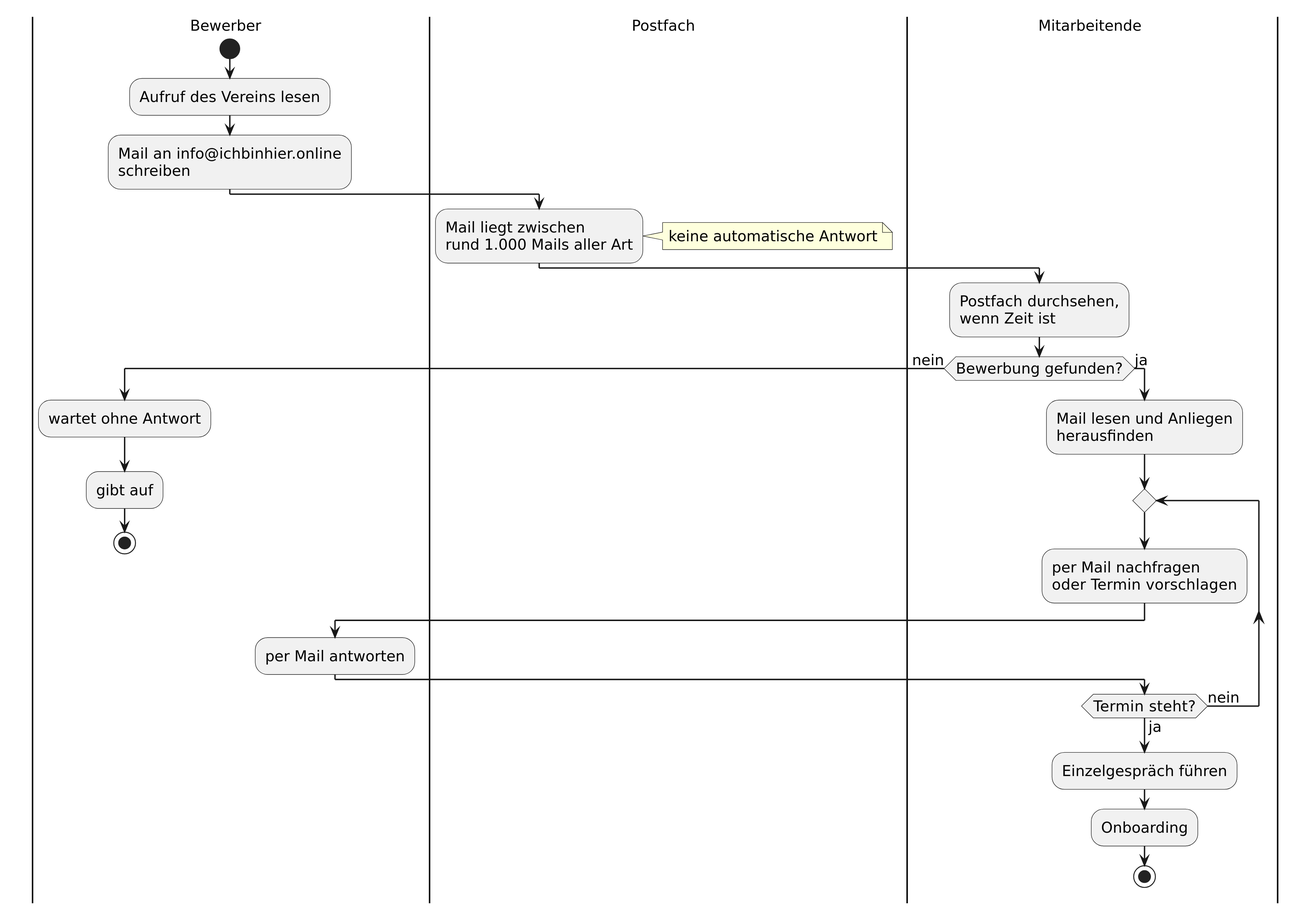
kamalshekho/design-thinking-workshop keeps this PlantUML diagram as docs/diagrams/ist-process.svg. Above is the earlier version. Source of this version:
```plantuml
@startuml
skinparamlocked dpi 200

skinparam defaultFontName "DejaVu Sans"
skinparam defaultFontSize 15
skinparam shadowing false
skinparam ArrowThickness 1.4
skinparam swimlaneWidth same

|Bewerber|
start
:Aufruf des Vereins lesen;
:Mail an info@ichbinhier.online
schreiben;

|Postfach|
:Mail liegt zwischen
rund 1.000 Mails aller Art;
note right
  keine automatische Antwort
end note

|Mitarbeitende|
:Postfach durchsehen,
wenn Zeit ist;
if (Bewerbung gefunden?) then (nein)
  |Bewerber|
  :wartet ohne Antwort;
  :gibt auf;
  stop
else (ja)
  |Mitarbeitende|
  :Mail lesen und Anliegen
  herausfinden;
  repeat
    :per Mail nachfragen
    oder Termin vorschlagen;
    |Bewerber|
    :per Mail antworten;
    |Mitarbeitende|
  repeat while (Termin steht?) is (nein) not (ja)
  :Einzelgespräch führen;
  :Onboarding;
  stop
endif
@enduml
```
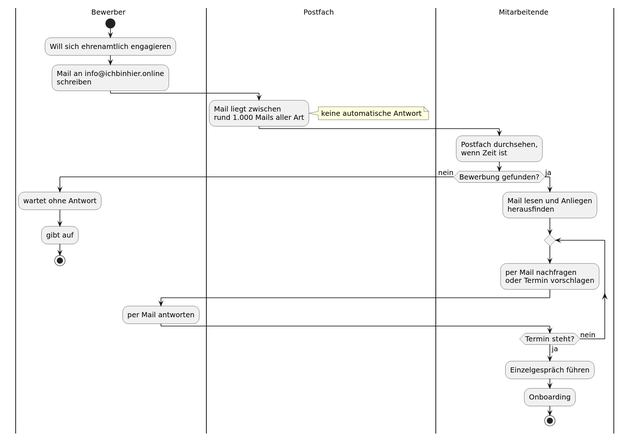
The same diagram one commit later.

Commit message:
docs(process): start the current process with the wish to volunteer

Change to the diagram source:
```diff
@@ -1,5 +1,4 @@
 @startuml
-skinparamlocked dpi 200
 
 skinparam defaultFontName "DejaVu Sans"
 skinparam defaultFontSize 15
@@ -9,7 +8,7 @@
 
 |Bewerber|
 start
-:Aufruf des Vereins lesen;
+:Will sich ehrenamtlich engagieren;
 :Mail an info@ichbinhier.online
 schreiben;
 
```
